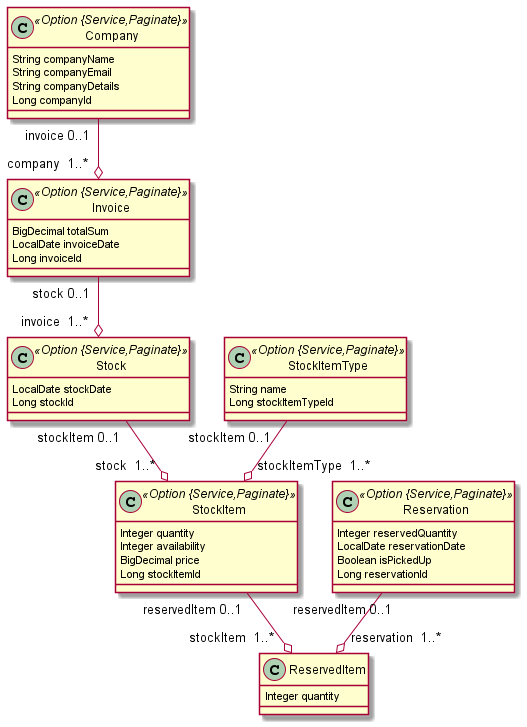
Earlier version of the PlantUML export jdl/jhipster-jdlv2.png (softalaRyhma2/SR2).
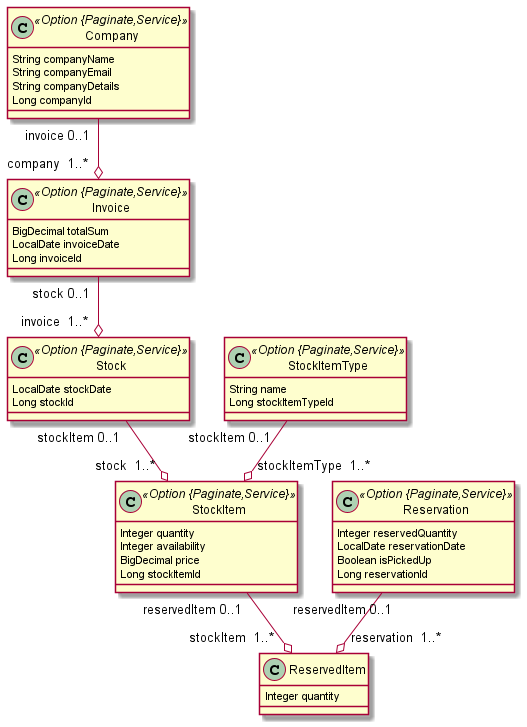
After the change.

Commit message:
stock-stockitems testing

Change to the diagram source:
```diff
@@ -1,31 +1,31 @@
 @startuml
 	!pragma syntax class
-	class Company <<Option {Service,Paginate}>> {
+	class Company <<Option {Paginate,Service}>> {
 		String companyName
 		String companyEmail
 		String companyDetails
 		Long companyId
 	}
-	class Invoice <<Option {Service,Paginate}>> {
+	class Invoice <<Option {Paginate,Service}>> {
 		BigDecimal totalSum
 		LocalDate invoiceDate
 		Long invoiceId
 	}
-	class Stock <<Option {Service,Paginate}>> {
+	class Stock <<Option {Paginate,Service}>> {
 		LocalDate stockDate
 		Long stockId
 	}
-	class StockItem <<Option {Service,Paginate}>> {
+	class StockItem <<Option {Paginate,Service}>> {
 		Integer quantity
 		Integer availability
 		BigDecimal price
 		Long stockItemId
 	}
-	class StockItemType <<Option {Service,Paginate}>> {
+	class StockItemType <<Option {Paginate,Service}>> {
 		String name
 		Long stockItemTypeId
 	}
-	class Reservation <<Option {Service,Paginate}>> {
+	class Reservation <<Option {Paginate,Service}>> {
 		Integer reservedQuantity
 		LocalDate reservationDate
 		Boolean isPickedUp
```
